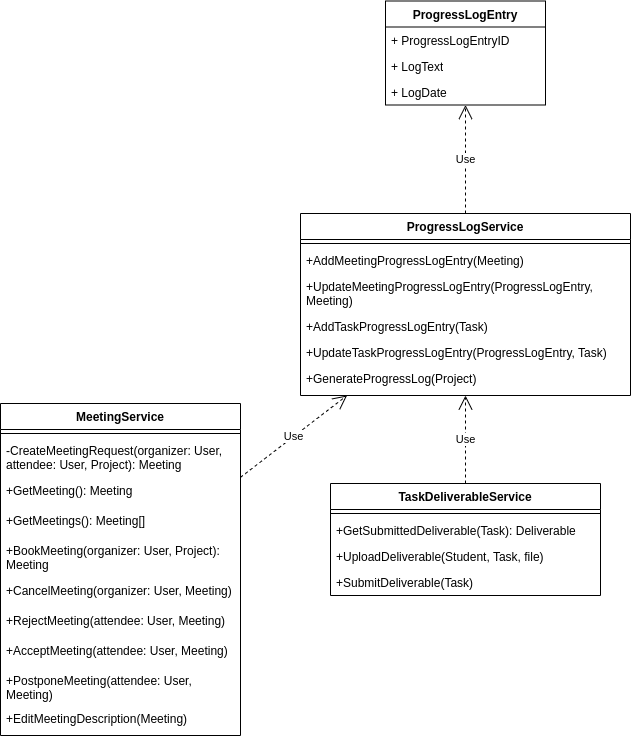
Beginner50/Dissertation keeps this draw.io diagram as UML/Class Diagrams/images/ProgressLogServiceClass Diagram.drawio.png. Above is the earlier version. Source tidied: cells renumbered, new cells last; positions are measured from the earlier drawing's top-left corner, leaving out a move shared by most shapes.
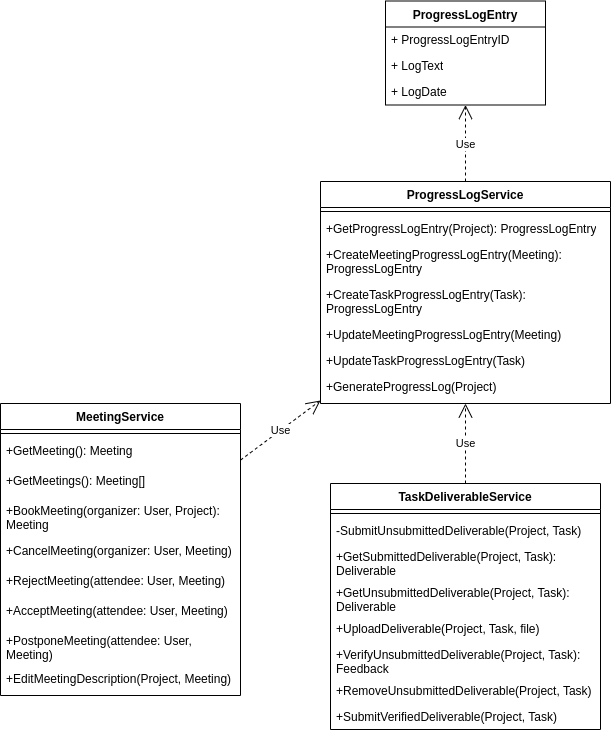
Above is the later version.

Change to the diagram source:
```diff
@@ -3,25 +3,28 @@
     <mxCell id="0" />
     <mxCell id="1" parent="0" />
     <mxCell id="2" value="ProgressLogService" style="swimlane;fontStyle=1;align=center;verticalAlign=top;horizontal=1;startSize=26;whiteSpace=wrap;html=1;" parent="1" vertex="1">
-      <mxGeometry x="300" y="212" width="330" height="182" as="geometry" />
+      <mxGeometry x="320" y="180" width="290" height="222" as="geometry" />
     </mxCell>
     <mxCell id="3" style="line;strokeWidth=1;fillColor=none;align=left;verticalAlign=middle;spacingTop=-1;spacingLeft=3;spacingRight=3;labelPosition=right;strokeColor=inherit;" parent="2" vertex="1">
-      <mxGeometry y="26" width="330" height="8" as="geometry" />
+      <mxGeometry y="26" width="290" height="8" as="geometry" />
     </mxCell>
-    <mxCell id="4" value="+AddMeetingProgressLogEntry(Meeting)" style="text;strokeColor=none;fillColor=none;align=left;verticalAlign=top;spacingLeft=4;spacingRight=4;overflow=hidden;whiteSpace=wrap;html=1;" parent="2" vertex="1">
-      <mxGeometry y="34" width="330" height="26" as="geometry" />
+    <mxCell id="4" value="+GetProgressLogEntry(Project): ProgressLogEntry" style="text;strokeColor=none;fillColor=none;align=left;verticalAlign=top;spacingLeft=4;spacingRight=4;overflow=hidden;whiteSpace=wrap;html=1;" parent="2" vertex="1">
+      <mxGeometry y="34" width="290" height="26" as="geometry" />
     </mxCell>
-    <mxCell id="5" value="+UpdateMeetingProgressLogEntry(ProgressLogEntry, Meeting)" style="text;strokeColor=none;fillColor=none;align=left;verticalAlign=top;spacingLeft=4;spacingRight=4;overflow=hidden;whiteSpace=wrap;html=1;" parent="2" vertex="1">
-      <mxGeometry y="60" width="330" height="40" as="geometry" />
-    </mxCell>
+    <mxCell id="32" value="+CreateMeetingProgressLogEntry(Meeting): ProgressLogEntry" style="text;strokeColor=none;fillColor=none;align=left;verticalAlign=top;spacingLeft=4;spacingRight=4;overflow=hidden;whiteSpace=wrap;html=1;" parent="2" vertex="1">
+      <mxGeometry y="60" width="290" height="40" as="geometry" />
+    </mxCell>
+    <mxCell id="33" value="+CreateTaskProgressLogEntry(Task): ProgressLogEntry" style="text;strokeColor=none;fillColor=none;align=left;verticalAlign=top;spacingLeft=4;spacingRight=4;overflow=hidden;whiteSpace=wrap;html=1;" parent="2" vertex="1">
+      <mxGeometry y="100" width="290" height="40" as="geometry" />
+    </mxCell>
-    <mxCell id="6" value="+AddTaskProgressLogEntry(Task)" style="text;strokeColor=none;fillColor=none;align=left;verticalAlign=top;spacingLeft=4;spacingRight=4;overflow=hidden;whiteSpace=wrap;html=1;" parent="2" vertex="1">
-      <mxGeometry y="100" width="330" height="26" as="geometry" />
+    <mxCell id="6" value="+UpdateMeetingProgressLogEntry(Meeting)" style="text;strokeColor=none;fillColor=none;align=left;verticalAlign=top;spacingLeft=4;spacingRight=4;overflow=hidden;whiteSpace=wrap;html=1;" parent="2" vertex="1">
+      <mxGeometry y="140" width="290" height="26" as="geometry" />
     </mxCell>
-    <mxCell id="7" value="+UpdateTaskProgressLogEntry(ProgressLogEntry, Task)" style="text;strokeColor=none;fillColor=none;align=left;verticalAlign=top;spacingLeft=4;spacingRight=4;overflow=hidden;whiteSpace=wrap;html=1;" parent="2" vertex="1">
-      <mxGeometry y="126" width="330" height="26" as="geometry" />
-    </mxCell>
+    <mxCell id="34" value="+UpdateTaskProgressLogEntry(Task)" style="text;strokeColor=none;fillColor=none;align=left;verticalAlign=top;spacingLeft=4;spacingRight=4;overflow=hidden;whiteSpace=wrap;html=1;" parent="2" vertex="1">
+      <mxGeometry y="166" width="290" height="26" as="geometry" />
+    </mxCell>
     <mxCell id="8" value="+GenerateProgressLog(Project)" style="text;strokeColor=none;fillColor=none;align=left;verticalAlign=top;spacingLeft=4;spacingRight=4;overflow=hidden;whiteSpace=wrap;html=1;" parent="2" vertex="1">
-      <mxGeometry y="152" width="330" height="30" as="geometry" />
+      <mxGeometry y="192" width="290" height="30" as="geometry" />
     </mxCell>
     <mxCell id="9" value="Use" style="endArrow=open;endSize=12;dashed=1;html=1;rounded=0;" parent="1" edge="1" source="21" target="2">
       <mxGeometry relative="1" as="geometry" />
@@ -41,56 +44,65 @@
     <mxCell id="14" value="Use" style="endArrow=open;endSize=12;dashed=1;html=1;rounded=0;" parent="1" edge="1" source="2" target="10">
       <mxGeometry relative="1" as="geometry" />
     </mxCell>
-    <mxCell id="15" value="TaskDeliverableService" style="swimlane;fontStyle=1;align=center;verticalAlign=top;horizontal=1;startSize=26;whiteSpace=wrap;html=1;" parent="1" vertex="1">
-      <mxGeometry x="330" y="482" width="270" height="112" as="geometry" />
-    </mxCell>
-    <mxCell id="16" style="line;strokeWidth=1;fillColor=none;align=left;verticalAlign=middle;spacingTop=-1;spacingLeft=3;spacingRight=3;labelPosition=right;strokeColor=inherit;" parent="15" vertex="1">
-      <mxGeometry y="26" width="270" height="8" as="geometry" />
-    </mxCell>
-    <mxCell id="17" value="+GetSubmittedDeliverable(Task): Deliverable" style="text;strokeColor=none;fillColor=none;align=left;verticalAlign=top;spacingLeft=4;spacingRight=4;overflow=hidden;whiteSpace=wrap;html=1;" parent="15" vertex="1">
-      <mxGeometry y="34" width="270" height="26" as="geometry" />
-    </mxCell>
-    <mxCell id="18" value="+UploadDeliverable(Student, Task, file)&amp;nbsp;" style="text;strokeColor=none;fillColor=none;align=left;verticalAlign=top;spacingLeft=4;spacingRight=4;overflow=hidden;whiteSpace=wrap;html=1;" parent="15" vertex="1">
-      <mxGeometry y="60" width="270" height="26" as="geometry" />
-    </mxCell>
-    <mxCell id="19" value="+SubmitDeliverable(Task)&amp;nbsp;" style="text;strokeColor=none;fillColor=none;align=left;verticalAlign=top;spacingLeft=4;spacingRight=4;overflow=hidden;whiteSpace=wrap;html=1;" parent="15" vertex="1">
-      <mxGeometry y="86" width="270" height="26" as="geometry" />
-    </mxCell>
     <mxCell id="20" value="Use" style="endArrow=open;endSize=12;dashed=1;html=1;rounded=0;" parent="1" edge="1" source="15" target="2">
       <mxGeometry relative="1" as="geometry" />
     </mxCell>
     <mxCell id="21" value="MeetingService" style="swimlane;fontStyle=1;align=center;verticalAlign=top;horizontal=1;startSize=26;whiteSpace=wrap;html=1;" parent="1" vertex="1">
-      <mxGeometry y="402" width="240" height="332" as="geometry" />
+      <mxGeometry y="402" width="240" height="292" as="geometry" />
     </mxCell>
     <mxCell id="22" style="line;strokeWidth=1;fillColor=none;align=left;verticalAlign=middle;spacingTop=-1;spacingLeft=3;spacingRight=3;labelPosition=right;strokeColor=inherit;" parent="21" vertex="1">
       <mxGeometry y="26" width="240" height="8" as="geometry" />
     </mxCell>
-    <mxCell id="23" value="-CreateMeetingRequest(organizer: User, attendee: User, Project): Meeting" style="text;strokeColor=none;fillColor=none;align=left;verticalAlign=top;spacingLeft=4;spacingRight=4;overflow=hidden;whiteSpace=wrap;html=1;" parent="21" vertex="1">
-      <mxGeometry y="34" width="240" height="40" as="geometry" />
-    </mxCell>
     <mxCell id="24" value="+GetMeeting(): Meeting" style="text;strokeColor=none;fillColor=none;align=left;verticalAlign=top;spacingLeft=4;spacingRight=4;overflow=hidden;whiteSpace=wrap;html=1;" parent="21" vertex="1">
-      <mxGeometry y="74" width="240" height="30" as="geometry" />
+      <mxGeometry y="34" width="240" height="30" as="geometry" />
     </mxCell>
     <mxCell id="25" value="+GetMeetings(): Meeting[]" style="text;strokeColor=none;fillColor=none;align=left;verticalAlign=top;spacingLeft=4;spacingRight=4;overflow=hidden;whiteSpace=wrap;html=1;" parent="21" vertex="1">
-      <mxGeometry y="104" width="240" height="30" as="geometry" />
+      <mxGeometry y="64" width="240" height="30" as="geometry" />
     </mxCell>
     <mxCell id="26" value="+BookMeeting(organizer: User, Project): Meeting" style="text;strokeColor=none;fillColor=none;align=left;verticalAlign=top;spacingLeft=4;spacingRight=4;overflow=hidden;whiteSpace=wrap;html=1;" parent="21" vertex="1">
-      <mxGeometry y="134" width="240" height="40" as="geometry" />
+      <mxGeometry y="94" width="240" height="40" as="geometry" />
     </mxCell>
     <mxCell id="27" value="+CancelMeeting(organizer: User, Meeting)" style="text;strokeColor=none;fillColor=none;align=left;verticalAlign=top;spacingLeft=4;spacingRight=4;overflow=hidden;whiteSpace=wrap;html=1;" parent="21" vertex="1">
-      <mxGeometry y="174" width="240" height="30" as="geometry" />
+      <mxGeometry y="134" width="240" height="30" as="geometry" />
     </mxCell>
     <mxCell id="28" value="+RejectMeeting(attendee: User, Meeting)" style="text;strokeColor=none;fillColor=none;align=left;verticalAlign=top;spacingLeft=4;spacingRight=4;overflow=hidden;whiteSpace=wrap;html=1;" parent="21" vertex="1">
-      <mxGeometry y="204" width="240" height="30" as="geometry" />
+      <mxGeometry y="164" width="240" height="30" as="geometry" />
     </mxCell>
     <mxCell id="29" value="+AcceptMeeting(attendee: User, Meeting)" style="text;strokeColor=none;fillColor=none;align=left;verticalAlign=top;spacingLeft=4;spacingRight=4;overflow=hidden;whiteSpace=wrap;html=1;" parent="21" vertex="1">
-      <mxGeometry y="234" width="240" height="30" as="geometry" />
+      <mxGeometry y="194" width="240" height="30" as="geometry" />
     </mxCell>
     <mxCell id="30" value="+PostponeMeeting(attendee: User, Meeting)" style="text;strokeColor=none;fillColor=none;align=left;verticalAlign=top;spacingLeft=4;spacingRight=4;overflow=hidden;whiteSpace=wrap;html=1;" parent="21" vertex="1">
-      <mxGeometry y="264" width="240" height="38" as="geometry" />
+      <mxGeometry y="224" width="240" height="38" as="geometry" />
     </mxCell>
-    <mxCell id="31" value="+EditMeetingDescription(Meeting)" style="text;strokeColor=none;fillColor=none;align=left;verticalAlign=top;spacingLeft=4;spacingRight=4;overflow=hidden;whiteSpace=wrap;html=1;" parent="21" vertex="1">
-      <mxGeometry y="302" width="240" height="30" as="geometry" />
+    <mxCell id="31" value="+EditMeetingDescription(Project, Meeting)" style="text;strokeColor=none;fillColor=none;align=left;verticalAlign=top;spacingLeft=4;spacingRight=4;overflow=hidden;whiteSpace=wrap;html=1;" parent="21" vertex="1">
+      <mxGeometry y="262" width="240" height="30" as="geometry" />
     </mxCell>
+    <mxCell id="15" value="TaskDeliverableService" style="swimlane;fontStyle=1;align=center;verticalAlign=top;horizontal=1;startSize=26;whiteSpace=wrap;html=1;" parent="1" vertex="1">
+      <mxGeometry x="330" y="482" width="270" height="246" as="geometry" />
+    </mxCell>
+    <mxCell id="16" style="line;strokeWidth=1;fillColor=none;align=left;verticalAlign=middle;spacingTop=-1;spacingLeft=3;spacingRight=3;labelPosition=right;strokeColor=inherit;" parent="15" vertex="1">
+      <mxGeometry y="26" width="270" height="8" as="geometry" />
+    </mxCell>
+    <mxCell id="35" value="-SubmitUnsubmittedDeliverable(Project, Task)&amp;nbsp;" style="text;strokeColor=none;fillColor=none;align=left;verticalAlign=top;spacingLeft=4;spacingRight=4;overflow=hidden;whiteSpace=wrap;html=1;" parent="15" vertex="1">
+      <mxGeometry y="34" width="270" height="26" as="geometry" />
+    </mxCell>
+    <mxCell id="36" value="+GetSubmittedDeliverable(Project, Task): Deliverable" style="text;strokeColor=none;fillColor=none;align=left;verticalAlign=top;spacingLeft=4;spacingRight=4;overflow=hidden;whiteSpace=wrap;html=1;" parent="15" vertex="1">
+      <mxGeometry y="60" width="270" height="36" as="geometry" />
+    </mxCell>
+    <mxCell id="37" value="+GetUnsubmittedDeliverable(Project, Task): Deliverable" style="text;strokeColor=none;fillColor=none;align=left;verticalAlign=top;spacingLeft=4;spacingRight=4;overflow=hidden;whiteSpace=wrap;html=1;" parent="15" vertex="1">
+      <mxGeometry y="96" width="270" height="36" as="geometry" />
+    </mxCell>
+    <mxCell id="38" value="+UploadDeliverable(Project, Task, file)&amp;nbsp;" style="text;strokeColor=none;fillColor=none;align=left;verticalAlign=top;spacingLeft=4;spacingRight=4;overflow=hidden;whiteSpace=wrap;html=1;" parent="15" vertex="1">
+      <mxGeometry y="132" width="270" height="26" as="geometry" />
+    </mxCell>
+    <mxCell id="39" value="+VerifyUnsubmittedDeliverable(Project, Task): Feedback" style="text;strokeColor=none;fillColor=none;align=left;verticalAlign=top;spacingLeft=4;spacingRight=4;overflow=hidden;whiteSpace=wrap;html=1;" parent="15" vertex="1">
+      <mxGeometry y="158" width="270" height="36" as="geometry" />
+    </mxCell>
+    <mxCell id="40" value="+RemoveUnsubmittedDeliverable(Project, Task)&amp;nbsp;" style="text;strokeColor=none;fillColor=none;align=left;verticalAlign=top;spacingLeft=4;spacingRight=4;overflow=hidden;whiteSpace=wrap;html=1;" parent="15" vertex="1">
+      <mxGeometry y="194" width="270" height="26" as="geometry" />
+    </mxCell>
+    <mxCell id="41" value="+SubmitVerifiedDeliverable(Project, Task)&amp;nbsp;" style="text;strokeColor=none;fillColor=none;align=left;verticalAlign=top;spacingLeft=4;spacingRight=4;overflow=hidden;whiteSpace=wrap;html=1;" parent="15" vertex="1">
+      <mxGeometry y="220" width="270" height="26" as="geometry" />
+    </mxCell>
   </root>
 </mxGraphModel>
```
